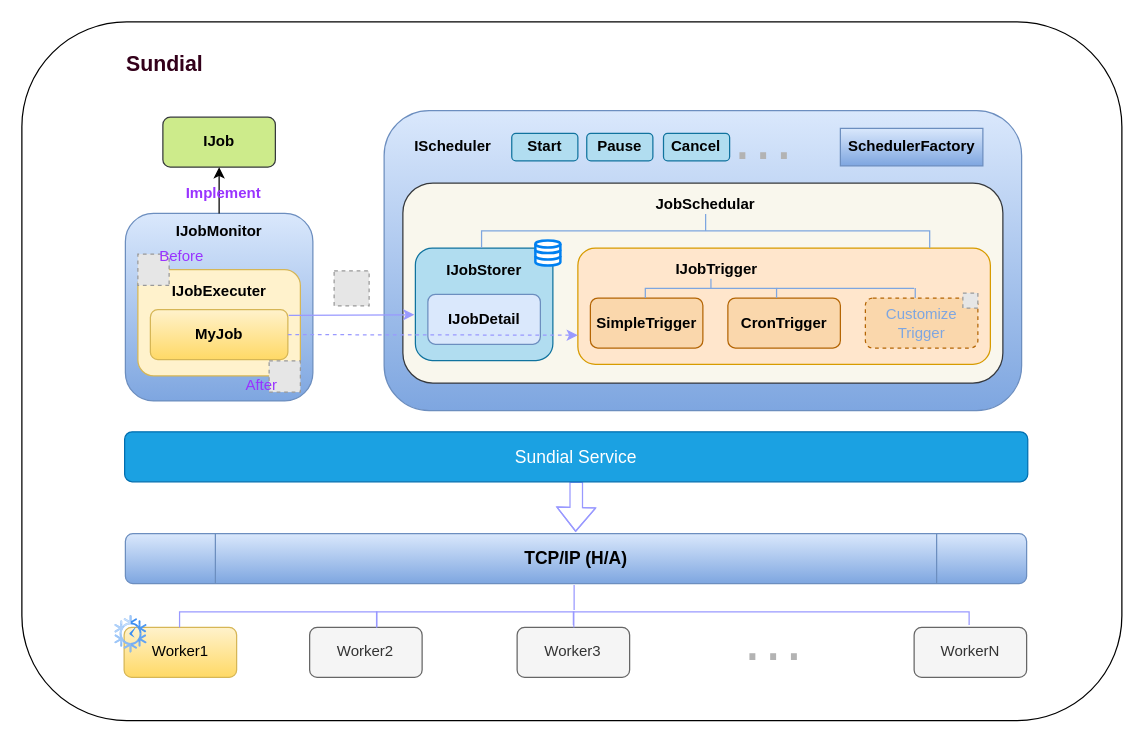
Before: drawio/Sundial.drawio in MonkSoul/Sundial, a draw.io diagram. Source tidied: cells renumbered, new cells numbered last; positions are measured from the earlier drawing's top-left corner, leaving out a move shared by most shapes. Both pictures are drawn from the tidied source at 125%, with x=0, y=0 at pixel (21, 6). Pictures stored in the file or linked from it are replaced by grey dashed boxes.
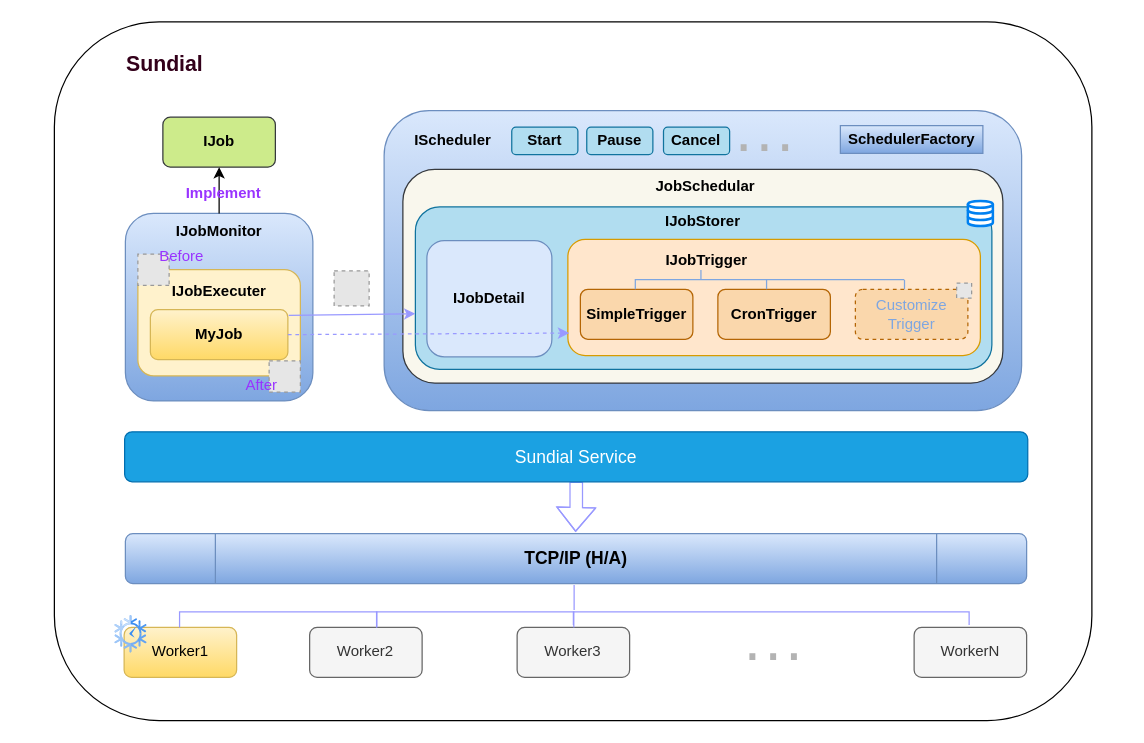
Above is the later version.

Unchanged cells that the change refers to:
```xml
<mxCell id="21" value="MyJob" style="rounded=1;whiteSpace=wrap;html=1;fontStyle=1;fillColor=#fff2cc;strokeColor=#d6b656;gradientColor=#ffd966;" parent="1" vertex="1">
  <mxGeometry x="102.8" y="242.2" width="110" height="40" as="geometry" />
</mxCell>
```

The edit, as a diff of the source:
```diff
@@
     <mxCell id="2" style="rounded=1;whiteSpace=wrap;html=1;fontSize=14;strokeWidth=1;" parent="1" vertex="1">
-      <mxGeometry y="12" width="880" height="559" as="geometry" />
+      <mxGeometry x="26" y="12" width="830" height="559" as="geometry" />
     </mxCell>
@@
     <mxCell id="6" style="rounded=1;whiteSpace=wrap;html=1;fillColor=#f9f7ed;strokeColor=#36393d;" parent="1" vertex="1">
-      <mxGeometry x="304.8" y="140.9" width="480" height="160" as="geometry" />
+      <mxGeometry x="304.8" y="130" width="480" height="170.9" as="geometry" />
     </mxCell>
     <mxCell id="7" style="rounded=1;whiteSpace=wrap;html=1;fillColor=#b1ddf0;strokeColor=#10739e;" parent="1" vertex="1">
-      <mxGeometry x="314.8" y="192.9" width="110" height="90" as="geometry" />
+      <mxGeometry x="314.8" y="160" width="461.2" height="130" as="geometry" />
     </mxCell>
     <mxCell id="8" style="rounded=1;whiteSpace=wrap;html=1;fillColor=#ffe6cc;strokeColor=#d79b00;" parent="1" vertex="1">
-      <mxGeometry x="444.8" y="192.9" width="330" height="93" as="geometry" />
+      <mxGeometry x="436.8" y="185.9" width="330" height="93" as="geometry" />
     </mxCell>
     <mxCell id="9" value="SimpleTrigger" style="rounded=1;whiteSpace=wrap;html=1;fillColor=#fad7ac;strokeColor=#b46504;fontStyle=1;" parent="1" vertex="1">
-      <mxGeometry x="454.8" y="232.9" width="90" height="40" as="geometry" />
+      <mxGeometry x="446.8" y="225.9" width="90" height="40" as="geometry" />
     </mxCell>
     <mxCell id="10" value="CronTrigger" style="rounded=1;whiteSpace=wrap;html=1;fillColor=#fad7ac;strokeColor=#b46504;fontStyle=1;" parent="1" vertex="1">
-      <mxGeometry x="564.8" y="232.9" width="90" height="40" as="geometry" />
+      <mxGeometry x="556.8" y="225.9" width="90" height="40" as="geometry" />
     </mxCell>
     <mxCell id="11" value="IJobTrigger" style="text;html=1;strokeColor=none;fillColor=none;align=center;verticalAlign=middle;whiteSpace=wrap;rounded=0;fontStyle=1;" parent="1" vertex="1">
-      <mxGeometry x="525.8" y="194.9" width="60" height="30" as="geometry" />
+      <mxGeometry x="517.8" y="187.9" width="60" height="30" as="geometry" />
     </mxCell>
     <mxCell id="12" value="IJobDetail" style="rounded=1;whiteSpace=wrap;html=1;fontStyle=1;fillColor=#dae8fc;strokeColor=#6c8ebf;" parent="1" vertex="1">
-      <mxGeometry x="324.8" y="229.9" width="90" height="40" as="geometry" />
+      <mxGeometry x="324" y="186.9" width="100" height="93.1" as="geometry" />
     </mxCell>
     <mxCell id="13" value="IJobStorer" style="text;html=1;strokeColor=none;fillColor=none;align=center;verticalAlign=middle;whiteSpace=wrap;rounded=0;fontStyle=1;" parent="1" vertex="1">
-      <mxGeometry x="339.8" y="195.9" width="60" height="30" as="geometry" />
+      <mxGeometry x="514.8" y="157.2" width="60" height="30" as="geometry" />
     </mxCell>
     <mxCell id="14" style="html=1;verticalLabelPosition=bottom;align=center;labelBackgroundColor=#ffffff;verticalAlign=top;strokeWidth=2;strokeColor=#0080F0;shadow=0;dashed=0;shape=mxgraph.ios7.icons.data;" parent="1" vertex="1">
-      <mxGeometry x="410.8" y="186.9" width="20" height="20" as="geometry" />
+      <mxGeometry x="756.8" y="155.2" width="20" height="20" as="geometry" />
     </mxCell>
     <mxCell id="15" value="JobSchedular" style="text;html=1;strokeColor=none;fillColor=none;align=center;verticalAlign=middle;whiteSpace=wrap;rounded=0;fontStyle=1;" parent="1" vertex="1">
-      <mxGeometry x="517" y="142.9" width="60" height="30" as="geometry" />
+      <mxGeometry x="517" y="128.9" width="60" height="30" as="geometry" />
     </mxCell>
     <mxCell id="16" style="strokeWidth=1;html=1;shape=mxgraph.flowchart.annotation_2;align=left;labelPosition=right;rotation=90;strokeColor=#7EA6E0;" parent="1" vertex="1">
-      <mxGeometry x="543.6" y="172.7" width="15.3" height="105" as="geometry" />
+      <mxGeometry x="535.6" y="165.7" width="15.3" height="105" as="geometry" />
     </mxCell>
     <mxCell id="17" style="line;strokeWidth=1;html=1;strokeColor=#7EA6E0;" parent="1" vertex="1">
-      <mxGeometry x="603.8" y="220.2" width="110" height="10" as="geometry" />
+      <mxGeometry x="595.8" y="213.2" width="110" height="10" as="geometry" />
     </mxCell>
     <mxCell id="18" style="line;strokeWidth=1;html=1;rotation=90;strokeColor=#7EA6E0;" parent="1" vertex="1">
-      <mxGeometry x="709.1" y="225.5" width="11.2" height="10" as="geometry" />
+      <mxGeometry x="700.5" y="218.9" width="11.2" height="10" as="geometry" />
     </mxCell>
     <mxCell id="19" value="Customize Trigger" style="rounded=1;whiteSpace=wrap;html=1;fillColor=#fad7ac;strokeColor=#b46504;fontStyle=0;dashed=1;fontColor=#7EA6E0;" parent="1" vertex="1">
-      <mxGeometry x="674.8" y="232.9" width="90" height="40" as="geometry" />
+      <mxGeometry x="666.8" y="225.9" width="90" height="40" as="geometry" />
     </mxCell>
-    <mxCell id="20" style="strokeWidth=1;html=1;shape=mxgraph.flowchart.annotation_2;align=left;labelPosition=right;rotation=90;strokeColor=#7EA6E0;" parent="1" vertex="1">
-      <mxGeometry x="533.4" width="27.2" height="358.5" as="geometry" />
-    </mxCell>
@@
     <mxCell id="27" style="fillColor=#E6E6E6;strokeColor=#999999;dashed=1;html=1;verticalAlign=top;verticalLabelPosition=bottom;labelBackgroundColor=#ffffff;" parent="1" vertex="1">
-      <mxGeometry x="752.8" y="228.9" width="12" height="12" as="geometry" />
+      <mxGeometry x="747.8" y="220.9" width="12" height="12" as="geometry" />
     </mxCell>
@@
-    <mxCell id="33" style="endArrow=classic;html=1;rounded=0;fontColor=#9933FF;entryX=-0.007;entryY=0.593;entryDx=0;entryDy=0;entryPerimeter=0;strokeColor=#9999FF;exitX=1.006;exitY=0.113;exitDx=0;exitDy=0;exitPerimeter=0;" parent="1" edge="1" source="21" target="7">
+    <mxCell id="33" style="endArrow=classic;html=1;rounded=0;fontColor=#9933FF;entryX=0;entryY=0.658;entryDx=0;entryDy=0;entryPerimeter=0;strokeColor=#9999FF;exitX=1.006;exitY=0.113;exitDx=0;exitDy=0;exitPerimeter=0;" parent="1" edge="1" source="21" target="7">
       <mxGeometry relative="1" as="geometry" />
     </mxCell>
-    <mxCell id="34" style="endArrow=classic;html=1;rounded=0;fontColor=#9933FF;strokeColor=#9999FF;dashed=1;exitX=1;exitY=0.5;exitDx=0;exitDy=0;entryX=0;entryY=0.75;entryDx=0;entryDy=0;" parent="1" edge="1" source="21" target="8">
+    <mxCell id="34" style="endArrow=classic;html=1;rounded=0;fontColor=#9933FF;strokeColor=#9999FF;dashed=1;exitX=1;exitY=0.5;exitDx=0;exitDy=0;entryX=0.003;entryY=0.807;entryDx=0;entryDy=0;entryPerimeter=0;" parent="1" edge="1" source="21" target="8">
       <mxGeometry relative="1" as="geometry" />
     </mxCell>
     <mxCell id="35" value="&lt;span&gt;SchedulerFactory&lt;/span&gt;" style="rounded=0;whiteSpace=wrap;html=1;strokeColor=#6c8ebf;strokeWidth=1;fillColor=#dae8fc;gradientColor=#7ea6e0;fontStyle=1;" parent="1" vertex="1">
-      <mxGeometry x="654.8" y="97.2" width="114" height="30" as="geometry" />
+      <mxGeometry x="654.8" y="95" width="114" height="22.2" as="geometry" />
     </mxCell>
     <mxCell id="36" value="IScheduler" style="text;html=1;strokeColor=none;fillColor=none;align=center;verticalAlign=middle;whiteSpace=wrap;rounded=0;fontStyle=1;" parent="1" vertex="1">
-      <mxGeometry x="314.8" y="97.2" width="60" height="30" as="geometry" />
+      <mxGeometry x="314.8" y="92.2" width="60" height="30" as="geometry" />
     </mxCell>
     <mxCell id="37" value="Start" style="rounded=1;whiteSpace=wrap;html=1;strokeColor=#10739e;strokeWidth=1;fillColor=#b1ddf0;fontStyle=1;" parent="1" vertex="1">
-      <mxGeometry x="391.9" y="101.2" width="52.9" height="22" as="geometry" />
+      <mxGeometry x="391.9" y="96.2" width="52.9" height="22" as="geometry" />
     </mxCell>
     <mxCell id="38" value="Pause" style="rounded=1;whiteSpace=wrap;html=1;strokeColor=#10739e;strokeWidth=1;fillColor=#b1ddf0;fontStyle=1;" parent="1" vertex="1">
-      <mxGeometry x="451.9" y="101.2" width="52.9" height="22" as="geometry" />
+      <mxGeometry x="451.9" y="96.2" width="52.9" height="22" as="geometry" />
     </mxCell>
     <mxCell id="39" value="Cancel" style="rounded=1;whiteSpace=wrap;html=1;strokeColor=#10739e;strokeWidth=1;fillColor=#b1ddf0;fontStyle=1;" parent="1" vertex="1">
-      <mxGeometry x="513.3" y="101.2" width="52.9" height="22" as="geometry" />
+      <mxGeometry x="513.3" y="96.2" width="52.9" height="22" as="geometry" />
     </mxCell>
     <mxCell id="40" value="···" style="text;html=1;align=center;verticalAlign=middle;strokeColor=none;fillColor=none;fontColor=#B3B3B3;fontSize=50;" parent="1" vertex="1">
-      <mxGeometry x="557.8" y="80.2" width="70" height="70" as="geometry" />
+      <mxGeometry x="558.8" y="74.2" width="70" height="70" as="geometry" />
     </mxCell>
```
